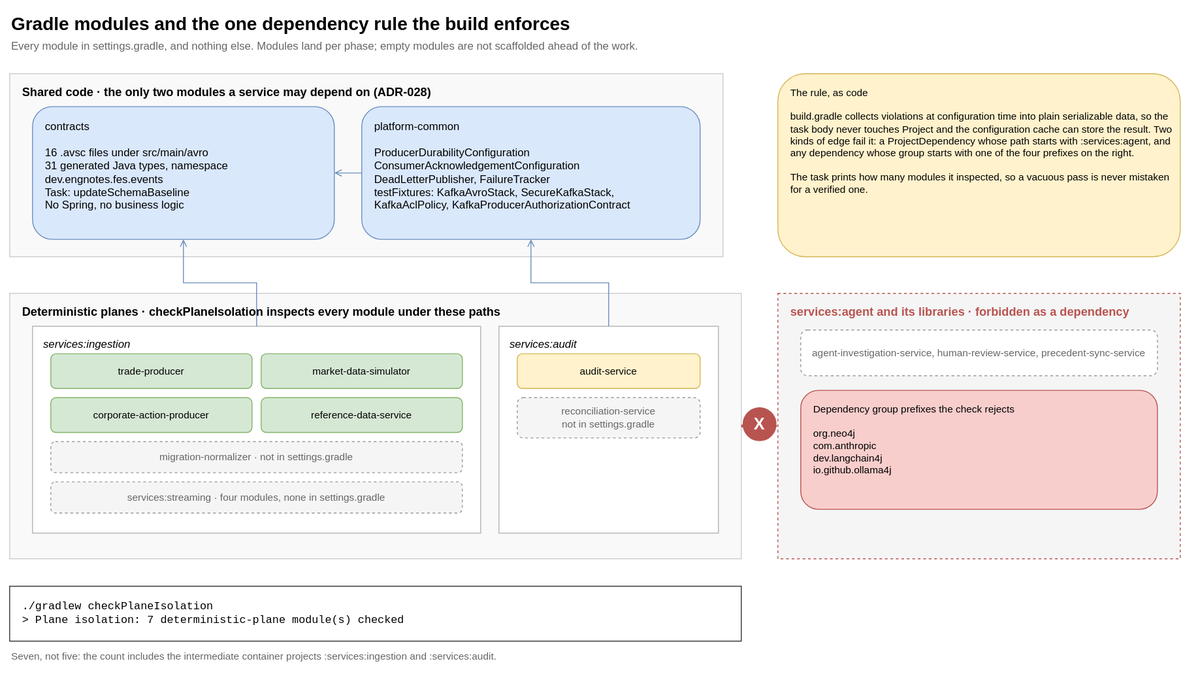
This is guide/docs/diagrams/modules.svg from salgotraja/financial-event-streaming-platform, a draw.io export, as it was before one commit. Source tidied: cells renumbered, new cells last; positions are measured from the earlier drawing's top-left corner, leaving out a move shared by most shapes.
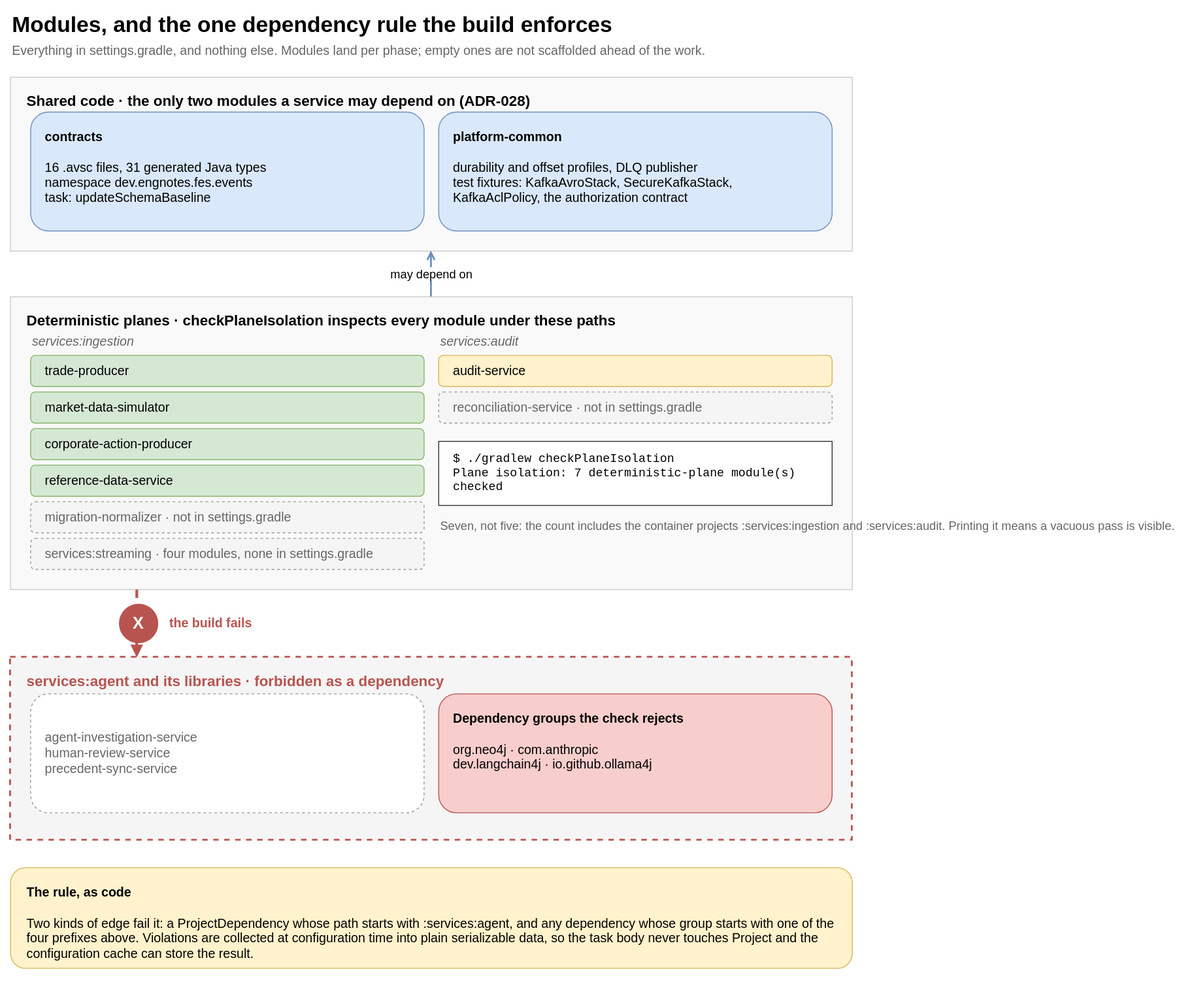
Later version of the same file.

The edit, as a diff of the source:
```diff
@@ -2,86 +2,83 @@
   <root>
     <mxCell id="0" />
     <mxCell id="1" parent="0" />
-    <mxCell id="2" value="Gradle modules and the one dependency rule the build enforces" style="text;html=1;strokeColor=none;fillColor=none;align=left;verticalAlign=middle;fontSize=20;fontStyle=1;" parent="1" vertex="1">
-      <mxGeometry width="900" height="30" as="geometry" />
+    <mxCell id="2" value="Modules, and the one dependency rule the build enforces" style="text;html=1;strokeColor=none;fillColor=none;align=left;verticalAlign=middle;fontSize=24;fontStyle=1;" parent="1" vertex="1">
+      <mxGeometry x="-10" y="2" width="920" height="34" as="geometry" />
     </mxCell>
-    <mxCell id="3" value="Every module in settings.gradle, and nothing else. Modules land per phase; empty modules are not scaffolded ahead of the work." style="text;html=1;strokeColor=none;fillColor=none;align=left;verticalAlign=middle;fontSize=12;fontColor=#666666;" parent="1" vertex="1">
-      <mxGeometry y="30" width="1100" height="20" as="geometry" />
+    <mxCell id="3" value="Everything in settings.gradle, and nothing else. Modules land per phase; empty ones are not scaffolded ahead of the work." style="text;html=1;strokeColor=none;fillColor=none;align=left;verticalAlign=middle;fontSize=14;fontColor=#666666;" parent="1" vertex="1">
+      <mxGeometry x="-10" y="36" width="920" height="22" as="geometry" />
     </mxCell>
-    <mxCell id="4" value="Shared code · the only two modules a service may depend on (ADR-028)" style="rounded=0;whiteSpace=wrap;html=1;fillColor=#f9f9f9;strokeColor=#cccccc;verticalAlign=top;align=left;spacingLeft=12;spacingTop=6;fontSize=13;fontStyle=1;" parent="1" vertex="1">
-      <mxGeometry y="70" width="780" height="200" as="geometry" />
+    <mxCell id="4" value="Shared code · the only two modules a service may depend on (ADR-028)" style="rounded=0;whiteSpace=wrap;html=1;fillColor=#f9f9f9;strokeColor=#cccccc;verticalAlign=top;align=left;spacingLeft=16;spacingTop=10;fontSize=16;fontStyle=1;" parent="1" vertex="1">
+      <mxGeometry x="-10" y="76" width="920" height="190" as="geometry" />
     </mxCell>
-    <mxCell id="5" value="contracts&#10;&#10;16 .avsc files under src/main/avro&#10;31 generated Java types, namespace dev.engnotes.fes.events&#10;Task: updateSchemaBaseline&#10;No Spring, no business logic" style="rounded=1;whiteSpace=wrap;html=1;fillColor=#dae8fc;strokeColor=#6c8ebf;fontSize=12;align=left;spacingLeft=12;verticalAlign=top;spacingTop=8;" parent="1" vertex="1">
-      <mxGeometry x="25" y="106" width="330" height="145" as="geometry" />
+    <mxCell id="5" value="&lt;b&gt;contracts&lt;/b&gt;&lt;br&gt;&lt;br&gt;16 .avsc files, 31 generated Java types&lt;br&gt;namespace dev.engnotes.fes.events&lt;br&gt;task: updateSchemaBaseline" style="rounded=1;whiteSpace=wrap;html=1;fillColor=#dae8fc;strokeColor=#6c8ebf;fontSize=14;align=left;spacingLeft=14;verticalAlign=top;spacingTop=12;" parent="1" vertex="1">
+      <mxGeometry x="12" y="114" width="430" height="130" as="geometry" />
     </mxCell>
-    <mxCell id="6" value="platform-common&#10;&#10;ProducerDurabilityConfiguration&#10;ConsumerAcknowledgementConfiguration&#10;DeadLetterPublisher, FailureTracker&#10;testFixtures: KafkaAvroStack, SecureKafkaStack,&#10;KafkaAclPolicy, KafkaProducerAuthorizationContract" style="rounded=1;whiteSpace=wrap;html=1;fillColor=#dae8fc;strokeColor=#6c8ebf;fontSize=12;align=left;spacingLeft=12;verticalAlign=top;spacingTop=8;" parent="1" vertex="1">
-      <mxGeometry x="385" y="106" width="370" height="145" as="geometry" />
+    <mxCell id="6" value="&lt;b&gt;platform-common&lt;/b&gt;&lt;br&gt;&lt;br&gt;durability and offset profiles, DLQ publisher&lt;br&gt;test fixtures: KafkaAvroStack, SecureKafkaStack,&lt;br&gt;KafkaAclPolicy, the authorization contract" style="rounded=1;whiteSpace=wrap;html=1;fillColor=#dae8fc;strokeColor=#6c8ebf;fontSize=14;align=left;spacingLeft=14;verticalAlign=top;spacingTop=12;" parent="1" vertex="1">
+      <mxGeometry x="458" y="114" width="430" height="130" as="geometry" />
     </mxCell>
-    <mxCell id="7" value="Deterministic planes · checkPlaneIsolation inspects every module under these paths" style="rounded=0;whiteSpace=wrap;html=1;fillColor=#f9f9f9;strokeColor=#cccccc;verticalAlign=top;align=left;spacingLeft=12;spacingTop=6;fontSize=13;fontStyle=1;" parent="1" vertex="1">
-      <mxGeometry y="310" width="800" height="290" as="geometry" />
+    <mxCell id="7" value="Deterministic planes · checkPlaneIsolation inspects every module under these paths" style="rounded=0;whiteSpace=wrap;html=1;fillColor=#f9f9f9;strokeColor=#cccccc;verticalAlign=top;align=left;spacingLeft=16;spacingTop=10;fontSize=16;fontStyle=1;" parent="1" vertex="1">
+      <mxGeometry x="-10" y="316" width="920" height="320" as="geometry" />
     </mxCell>
-    <mxCell id="8" value="services:ingestion" style="rounded=0;whiteSpace=wrap;html=1;fillColor=#ffffff;strokeColor=#b3b3b3;verticalAlign=top;align=left;spacingLeft=10;spacingTop=6;fontSize=12;fontStyle=2;" parent="1" vertex="1">
-      <mxGeometry x="25" y="346" width="490" height="226" as="geometry" />
+    <mxCell id="8" value="services:ingestion" style="text;html=1;strokeColor=none;fillColor=none;align=left;verticalAlign=middle;fontSize=14;fontStyle=2;fontColor=#666666;" parent="1" vertex="1">
+      <mxGeometry x="12" y="354" width="400" height="22" as="geometry" />
     </mxCell>
-    <mxCell id="9" value="trade-producer" style="rounded=1;whiteSpace=wrap;html=1;fillColor=#d5e8d4;strokeColor=#82b366;fontSize=11;" parent="1" vertex="1">
-      <mxGeometry x="45" y="376" width="220" height="38" as="geometry" />
+    <mxCell id="9" value="trade-producer" style="rounded=1;whiteSpace=wrap;html=1;fillColor=#d5e8d4;strokeColor=#82b366;fontSize=14;align=left;spacingLeft=14;" parent="1" vertex="1">
+      <mxGeometry x="12" y="380" width="430" height="34" as="geometry" />
     </mxCell>
-    <mxCell id="10" value="market-data-simulator" style="rounded=1;whiteSpace=wrap;html=1;fillColor=#d5e8d4;strokeColor=#82b366;fontSize=11;" parent="1" vertex="1">
-      <mxGeometry x="275" y="376" width="220" height="38" as="geometry" />
+    <mxCell id="10" value="market-data-simulator" style="rounded=1;whiteSpace=wrap;html=1;fillColor=#d5e8d4;strokeColor=#82b366;fontSize=14;align=left;spacingLeft=14;" parent="1" vertex="1">
+      <mxGeometry x="12" y="420" width="430" height="34" as="geometry" />
     </mxCell>
-    <mxCell id="11" value="corporate-action-producer" style="rounded=1;whiteSpace=wrap;html=1;fillColor=#d5e8d4;strokeColor=#82b366;fontSize=11;" parent="1" vertex="1">
-      <mxGeometry x="45" y="424" width="220" height="38" as="geometry" />
+    <mxCell id="11" value="corporate-action-producer" style="rounded=1;whiteSpace=wrap;html=1;fillColor=#d5e8d4;strokeColor=#82b366;fontSize=14;align=left;spacingLeft=14;" parent="1" vertex="1">
+      <mxGeometry x="12" y="460" width="430" height="34" as="geometry" />
     </mxCell>
-    <mxCell id="12" value="reference-data-service" style="rounded=1;whiteSpace=wrap;html=1;fillColor=#d5e8d4;strokeColor=#82b366;fontSize=11;" parent="1" vertex="1">
-      <mxGeometry x="275" y="424" width="220" height="38" as="geometry" />
+    <mxCell id="12" value="reference-data-service" style="rounded=1;whiteSpace=wrap;html=1;fillColor=#d5e8d4;strokeColor=#82b366;fontSize=14;align=left;spacingLeft=14;" parent="1" vertex="1">
+      <mxGeometry x="12" y="500" width="430" height="34" as="geometry" />
     </mxCell>
-    <mxCell id="13" value="migration-normalizer · not in settings.gradle" style="rounded=1;whiteSpace=wrap;html=1;fillColor=#f5f5f5;strokeColor=#999999;fontColor=#666666;dashed=1;fontSize=11;" parent="1" vertex="1">
-      <mxGeometry x="45" y="472" width="450" height="34" as="geometry" />
+    <mxCell id="13" value="migration-normalizer · not in settings.gradle" style="rounded=1;whiteSpace=wrap;html=1;fillColor=#f5f5f5;strokeColor=#999999;fontColor=#666666;dashed=1;fontSize=14;align=left;spacingLeft=14;" parent="1" vertex="1">
+      <mxGeometry x="12" y="540" width="430" height="34" as="geometry" />
     </mxCell>
-    <mxCell id="14" value="services:streaming · four modules, none in settings.gradle" style="rounded=1;whiteSpace=wrap;html=1;fillColor=#f5f5f5;strokeColor=#999999;fontColor=#666666;dashed=1;fontSize=11;" parent="1" vertex="1">
-      <mxGeometry x="45" y="516" width="450" height="34" as="geometry" />
+    <mxCell id="14" value="services:streaming · four modules, none in settings.gradle" style="rounded=1;whiteSpace=wrap;html=1;fillColor=#f5f5f5;strokeColor=#999999;fontColor=#666666;dashed=1;fontSize=14;align=left;spacingLeft=14;" parent="1" vertex="1">
+      <mxGeometry x="12" y="580" width="430" height="34" as="geometry" />
     </mxCell>
-    <mxCell id="15" value="services:audit" style="rounded=0;whiteSpace=wrap;html=1;fillColor=#ffffff;strokeColor=#b3b3b3;verticalAlign=top;align=left;spacingLeft=10;spacingTop=6;fontSize=12;fontStyle=2;" parent="1" vertex="1">
-      <mxGeometry x="535" y="346" width="240" height="226" as="geometry" />
+    <mxCell id="15" value="services:audit" style="text;html=1;strokeColor=none;fillColor=none;align=left;verticalAlign=middle;fontSize=14;fontStyle=2;fontColor=#666666;" parent="1" vertex="1">
+      <mxGeometry x="458" y="354" width="400" height="22" as="geometry" />
     </mxCell>
-    <mxCell id="16" value="audit-service" style="rounded=1;whiteSpace=wrap;html=1;fillColor=#fff2cc;strokeColor=#d6b656;fontSize=11;" parent="1" vertex="1">
-      <mxGeometry x="555" y="376" width="200" height="38" as="geometry" />
+    <mxCell id="16" value="audit-service" style="rounded=1;whiteSpace=wrap;html=1;fillColor=#fff2cc;strokeColor=#d6b656;fontSize=14;align=left;spacingLeft=14;" parent="1" vertex="1">
+      <mxGeometry x="458" y="380" width="430" height="34" as="geometry" />
     </mxCell>
-    <mxCell id="17" value="reconciliation-service&#10;not in settings.gradle" style="rounded=1;whiteSpace=wrap;html=1;fillColor=#f5f5f5;strokeColor=#999999;fontColor=#666666;dashed=1;fontSize=11;" parent="1" vertex="1">
-      <mxGeometry x="555" y="424" width="200" height="44" as="geometry" />
-    </mxCell>
+    <mxCell id="29" value="reconciliation-service · not in settings.gradle" style="rounded=1;whiteSpace=wrap;html=1;fillColor=#f5f5f5;strokeColor=#999999;fontColor=#666666;dashed=1;fontSize=14;align=left;spacingLeft=14;" parent="1" vertex="1">
+      <mxGeometry x="458" y="420" width="430" height="34" as="geometry" />
+    </mxCell>
+    <mxCell id="27" value="$ ./gradlew checkPlaneIsolation&lt;br&gt;Plane isolation: 7 deterministic-plane module(s) checked" style="rounded=0;whiteSpace=wrap;html=1;fillColor=#ffffff;strokeColor=#333333;align=left;spacingLeft=14;fontSize=13;fontFamily=Courier New;verticalAlign=middle;" parent="1" vertex="1">
+      <mxGeometry x="458" y="474" width="430" height="70" as="geometry" />
+    </mxCell>
+    <mxCell id="28" value="Seven, not five: the count includes the container projects :services:ingestion and :services:audit. Printing it means a vacuous pass is visible." style="text;html=1;strokeColor=none;fillColor=none;align=left;verticalAlign=top;fontSize=13;fontColor=#666666;" parent="1" vertex="1">
+      <mxGeometry x="458" y="552" width="430" height="60" as="geometry" />
+    </mxCell>
+    <mxCell id="21" value="may depend on" style="edgeStyle=orthogonalEdgeStyle;rounded=0;html=1;strokeColor=#6c8ebf;endArrow=open;strokeWidth=2;fontSize=13;" parent="1" edge="1" source="7" target="4">
+      <mxGeometry relative="1" as="geometry" />
+    </mxCell>
-    <mxCell id="18" value="services:agent and its libraries · forbidden as a dependency" style="rounded=0;whiteSpace=wrap;html=1;fillColor=#f5f5f5;strokeColor=#b85450;dashed=1;verticalAlign=top;align=left;spacingLeft=12;spacingTop=6;fontSize=13;fontStyle=1;fontColor=#b85450;" parent="1" vertex="1">
-      <mxGeometry x="840" y="310" width="440" height="290" as="geometry" />
+    <mxCell id="18" value="services:agent and its libraries · forbidden as a dependency" style="rounded=0;whiteSpace=wrap;html=1;fillColor=#f5f5f5;strokeColor=#b85450;dashed=1;strokeWidth=2;verticalAlign=top;align=left;spacingLeft=16;spacingTop=10;fontSize=16;fontStyle=1;fontColor=#b85450;" parent="1" vertex="1">
+      <mxGeometry x="-10" y="710" width="920" height="200" as="geometry" />
     </mxCell>
-    <mxCell id="19" value="agent-investigation-service, human-review-service, precedent-sync-service" style="rounded=1;whiteSpace=wrap;html=1;fillColor=#ffffff;strokeColor=#999999;fontColor=#666666;dashed=1;fontSize=11;" parent="1" vertex="1">
-      <mxGeometry x="865" y="350" width="390" height="50" as="geometry" />
-    </mxCell>
-    <mxCell id="20" value="Dependency group prefixes the check rejects&#10;&#10;org.neo4j&#10;com.anthropic&#10;dev.langchain4j&#10;io.github.ollama4j" style="rounded=1;whiteSpace=wrap;html=1;fillColor=#f8cecc;strokeColor=#b85450;fontSize=11;align=left;spacingLeft=12;verticalAlign=top;spacingTop=8;" parent="1" vertex="1">
-      <mxGeometry x="865" y="416" width="390" height="130" as="geometry" />
-    </mxCell>
-    <mxCell id="21" style="edgeStyle=orthogonalEdgeStyle;rounded=0;html=1;strokeColor=#6c8ebf;endArrow=open;dashed=0;" parent="1" edge="1" source="8" target="5">
-      <mxGeometry relative="1" as="geometry" />
-    </mxCell>
-    <mxCell id="22" style="edgeStyle=orthogonalEdgeStyle;rounded=0;html=1;strokeColor=#6c8ebf;endArrow=open;" parent="1" edge="1" source="15" target="6">
-      <mxGeometry relative="1" as="geometry" />
-    </mxCell>
-    <mxCell id="23" style="edgeStyle=orthogonalEdgeStyle;rounded=0;html=1;strokeColor=#6c8ebf;endArrow=open;" parent="1" edge="1" source="6" target="5">
-      <mxGeometry relative="1" as="geometry" />
-    </mxCell>
+    <mxCell id="30" value="agent-investigation-service&lt;br&gt;human-review-service&lt;br&gt;precedent-sync-service" style="rounded=1;whiteSpace=wrap;html=1;fillColor=#ffffff;strokeColor=#999999;fontColor=#666666;dashed=1;fontSize=14;align=left;spacingLeft=14;verticalAlign=middle;" parent="1" vertex="1">
+      <mxGeometry x="12" y="750" width="430" height="130" as="geometry" />
+    </mxCell>
+    <mxCell id="31" value="&lt;b&gt;Dependency groups the check rejects&lt;/b&gt;&lt;br&gt;&lt;br&gt;org.neo4j · com.anthropic&lt;br&gt;dev.langchain4j · io.github.ollama4j" style="rounded=1;whiteSpace=wrap;html=1;fillColor=#f8cecc;strokeColor=#b85450;fontSize=14;align=left;spacingLeft=14;verticalAlign=top;spacingTop=12;" parent="1" vertex="1">
+      <mxGeometry x="458" y="750" width="430" height="130" as="geometry" />
+    </mxCell>
-    <mxCell id="24" style="edgeStyle=orthogonalEdgeStyle;rounded=0;html=1;strokeColor=#b85450;strokeWidth=3;endArrow=block;dashed=1;" parent="1" edge="1" source="7" target="18">
+    <mxCell id="24" style="edgeStyle=orthogonalEdgeStyle;rounded=0;html=1;strokeColor=#b85450;strokeWidth=3;endArrow=block;dashed=1;fontSize=14;fontStyle=1;fontColor=#b85450;exitX=0.15;exitY=1;exitDx=0;exitDy=0;entryX=0.15;entryY=0;entryDx=0;entryDy=0;" parent="1" edge="1" source="7" target="18">
       <mxGeometry relative="1" as="geometry" />
     </mxCell>
     <mxCell id="25" value="X" style="ellipse;whiteSpace=wrap;html=1;fillColor=#b85450;strokeColor=#b85450;fontColor=#ffffff;fontSize=18;fontStyle=1;" parent="1" vertex="1">
-      <mxGeometry x="802" y="435" width="36" height="36" as="geometry" />
+      <mxGeometry x="109" y="652" width="42" height="42" as="geometry" />
     </mxCell>
+    <mxCell id="32" value="the build fails" style="text;html=1;strokeColor=none;fillColor=none;align=left;verticalAlign=middle;fontSize=14;fontStyle=1;fontColor=#b85450;" parent="1" vertex="1">
+      <mxGeometry x="162" y="652" width="300" height="42" as="geometry" />
+    </mxCell>
-    <mxCell id="26" value="The rule, as code&#10;&#10;build.gradle collects violations at configuration time into plain serializable data, so the task body never touches Project and the configuration cache can store the result. Two kinds of edge fail it: a ProjectDependency whose path starts with :services:agent, and any dependency whose group starts with one of the four prefixes on the right.&#10;&#10;The task prints how many modules it inspected, so a vacuous pass is never mistaken for a verified one." style="rounded=1;whiteSpace=wrap;html=1;fillColor=#fff2cc;strokeColor=#d6b656;align=left;spacingLeft=12;verticalAlign=top;spacingTop=8;fontSize=11;" parent="1" vertex="1">
-      <mxGeometry x="840" y="70" width="440" height="200" as="geometry" />
+    <mxCell id="26" value="&lt;b&gt;The rule, as code&lt;/b&gt;&lt;br&gt;&lt;br&gt;Two kinds of edge fail it: a ProjectDependency whose path starts with :services:agent, and any dependency whose group starts with one of the four prefixes above. Violations are collected at configuration time into plain serializable data, so the task body never touches Project and the configuration cache can store the result." style="rounded=1;whiteSpace=wrap;html=1;fillColor=#fff2cc;strokeColor=#d6b656;align=left;spacingLeft=16;verticalAlign=top;spacingTop=12;fontSize=14;" parent="1" vertex="1">
+      <mxGeometry x="-10" y="940" width="920" height="110" as="geometry" />
     </mxCell>
-    <mxCell id="27" value="./gradlew checkPlaneIsolation&#10;&gt; Plane isolation: 7 deterministic-plane module(s) checked" style="rounded=0;whiteSpace=wrap;html=1;fillColor=#ffffff;strokeColor=#333333;align=left;spacingLeft=12;fontSize=12;fontFamily=Courier New;" parent="1" vertex="1">
-      <mxGeometry y="630" width="800" height="60" as="geometry" />
-    </mxCell>
-    <mxCell id="28" value="Seven, not five: the count includes the intermediate container projects :services:ingestion and :services:audit." style="text;html=1;strokeColor=none;fillColor=none;align=left;verticalAlign=top;fontSize=11;fontColor=#666666;" parent="1" vertex="1">
-      <mxGeometry y="694" width="800" height="30" as="geometry" />
-    </mxCell>
   </root>
 </mxGraphModel>
```
